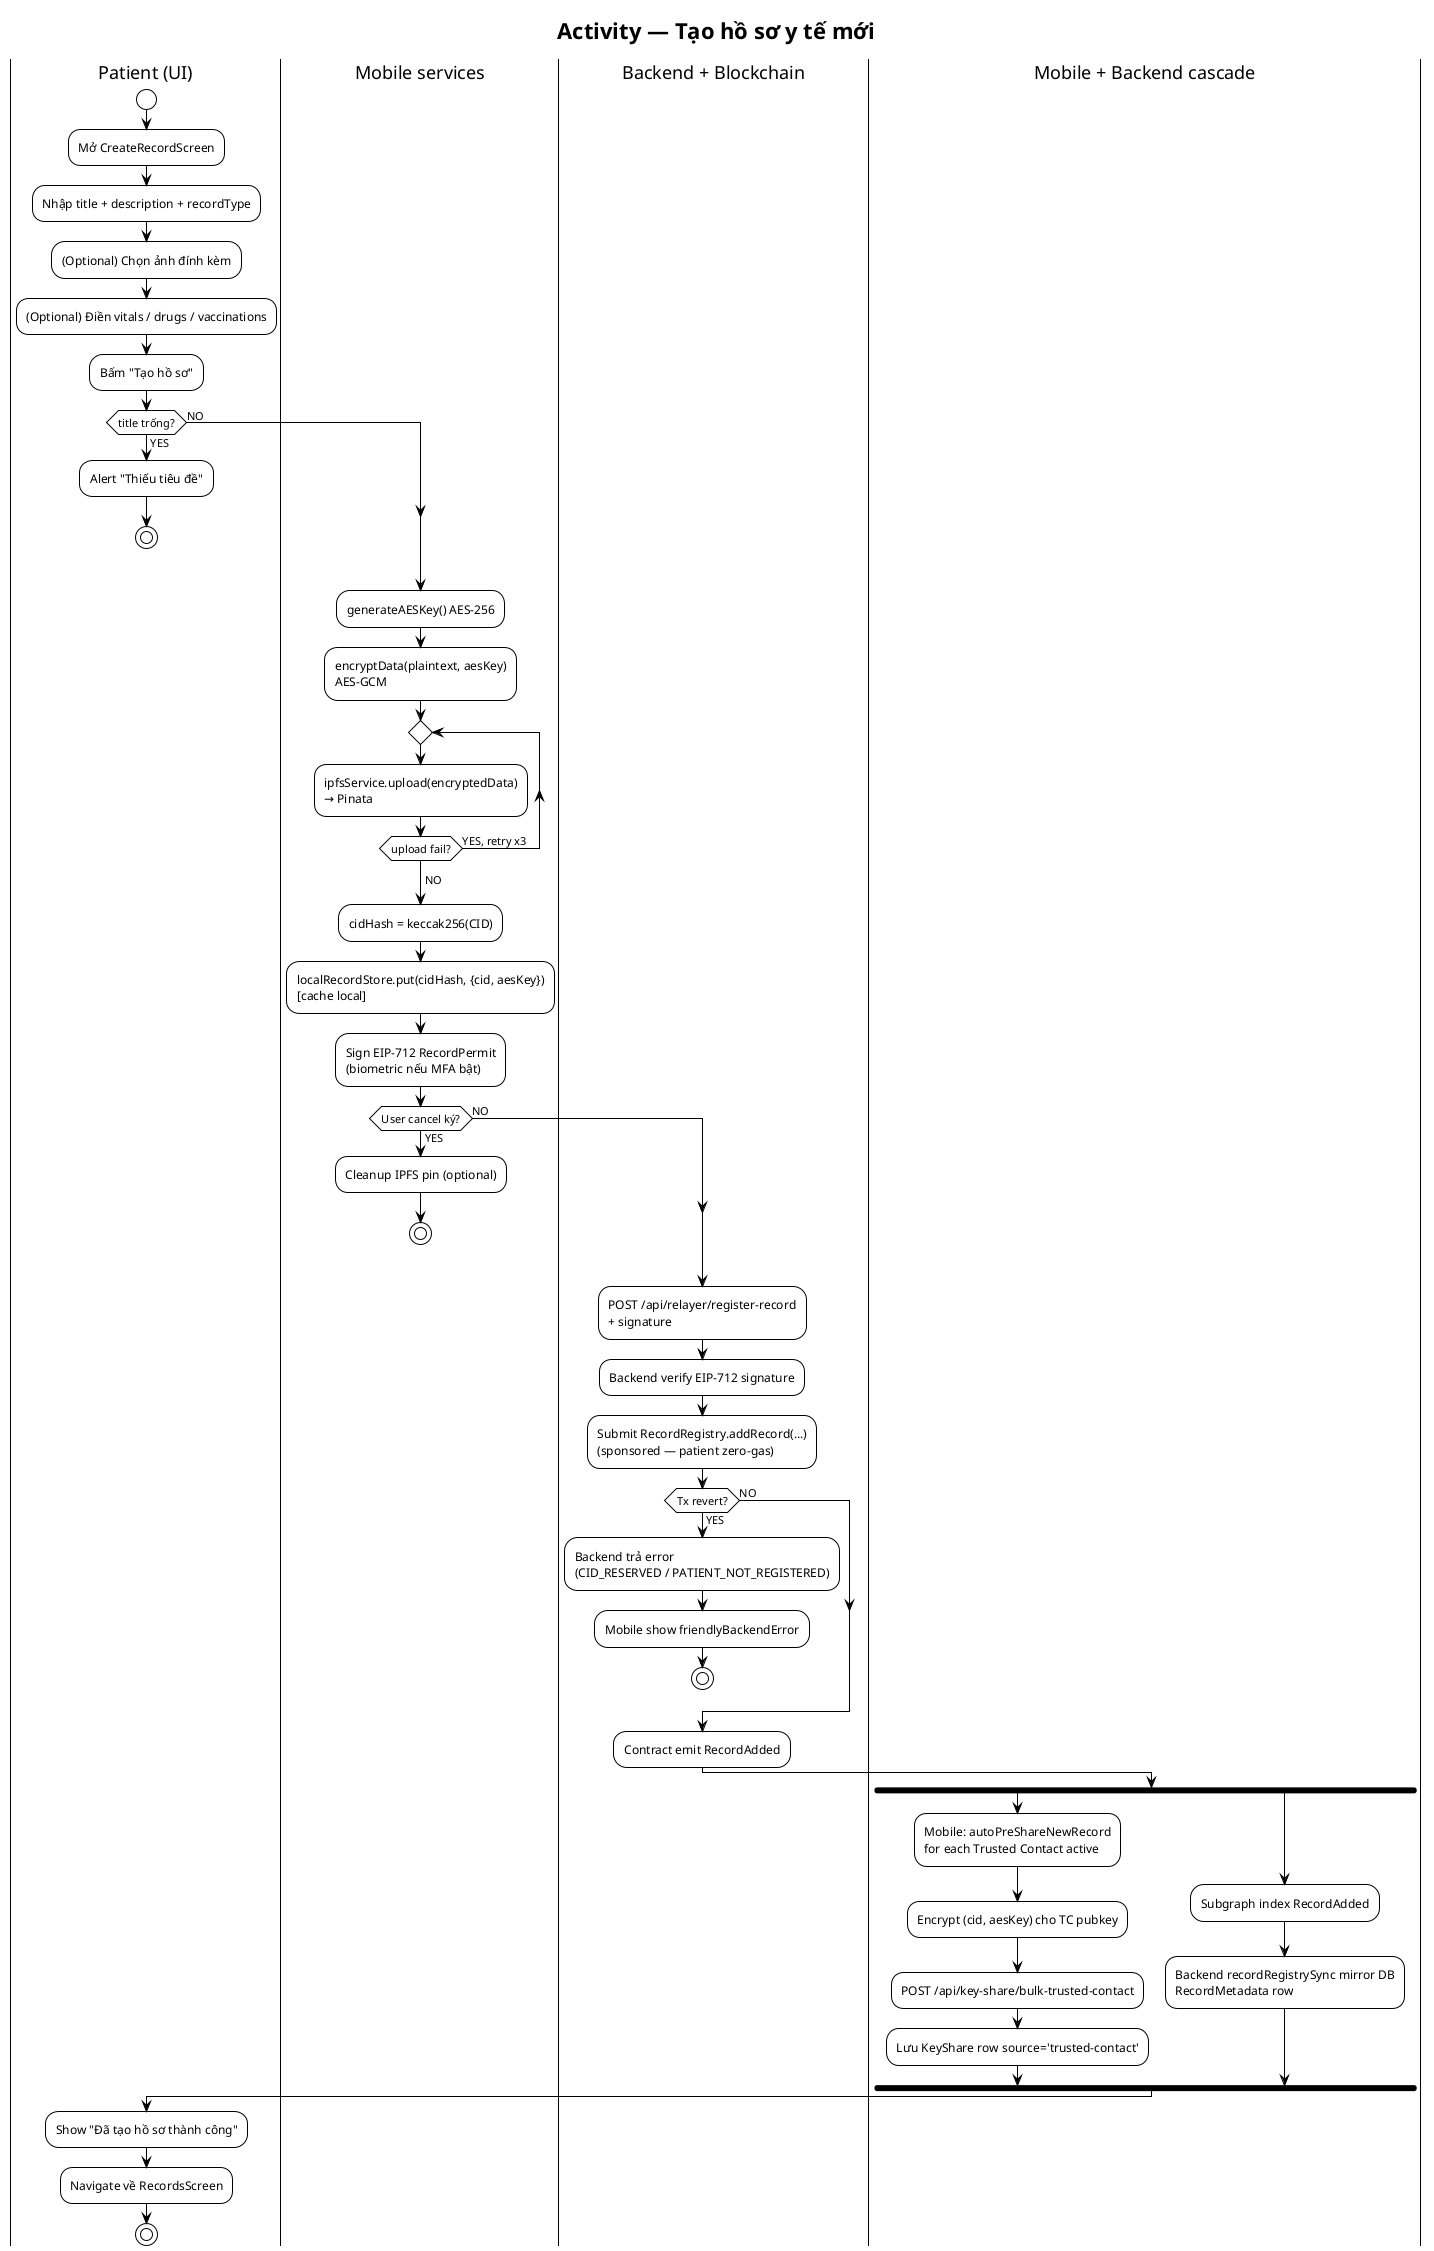
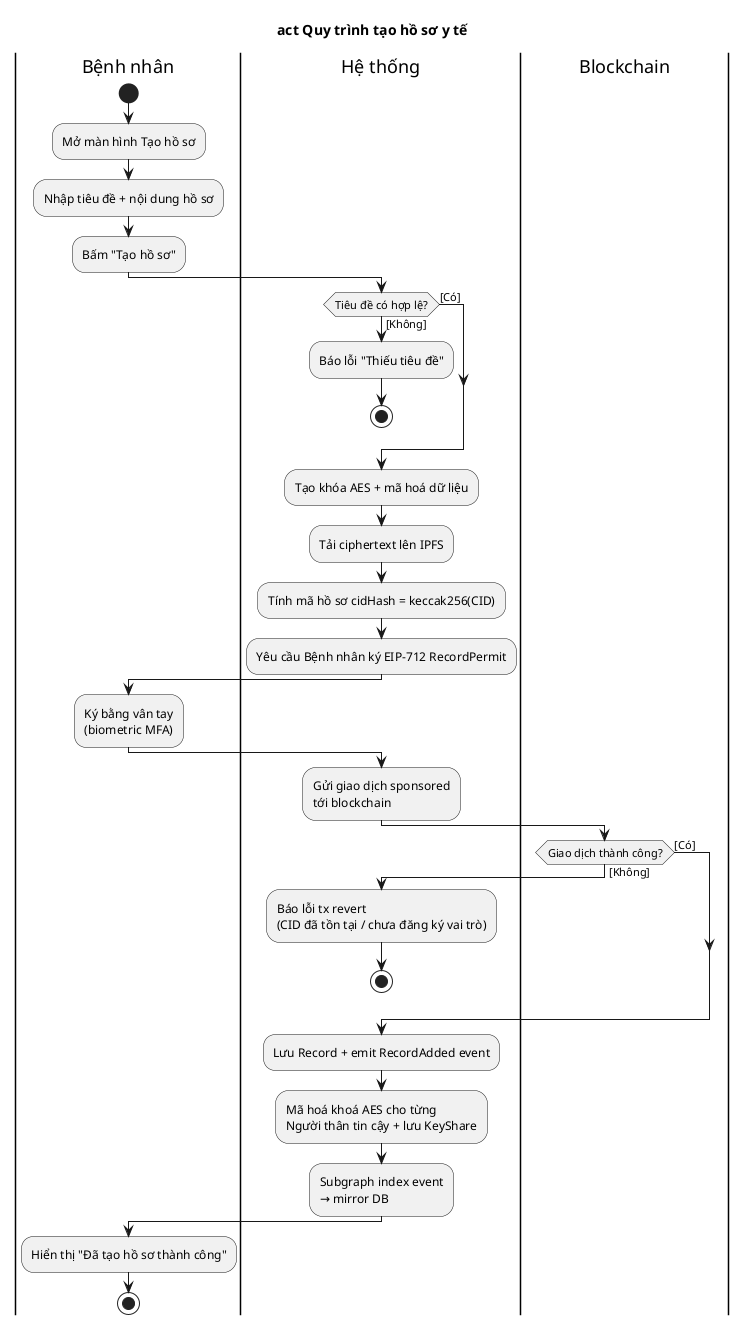
- @startuml activity-create-record
- !theme plain
- title Activity — Tạo hồ sơ y tế mới
+ @startuml act-tao-ho-so
+ title act Quy trình tạo hồ sơ y tế

- |Patient (UI)|
+ |Bệnh nhân|
start
- :Mở CreateRecordScreen;
- :Nhập title + description + recordType;
- :(Optional) Chọn ảnh đính kèm;
- :(Optional) Điền vitals / drugs / vaccinations;
+ :Mở màn hình Tạo hồ sơ;
+ :Nhập tiêu đề + nội dung hồ sơ;
:Bấm "Tạo hồ sơ";

- if (title trống?) then (YES)
-   :Alert "Thiếu tiêu đề";
+ |Hệ thống|
+ if (Tiêu đề có hợp lệ?) then ([Không])
+   :Báo lỗi "Thiếu tiêu đề";
  stop
- else (NO)
+ else ([Có])
endif

- |Mobile services|
- :generateAESKey() AES-256;
- :encryptData(plaintext, aesKey)\nAES-GCM;
+ :Tạo khóa AES + mã hoá dữ liệu;
+ :Tải ciphertext lên IPFS;
+ :Tính mã hồ sơ cidHash = keccak256(CID);
+ :Yêu cầu Bệnh nhân ký EIP-712 RecordPermit;

- repeat
-   :ipfsService.upload(encryptedData)\n→ Pinata;
- repeat while (upload fail?) is (YES, retry x3)
- ->NO;
+ |Bệnh nhân|
+ :Ký bằng vân tay\n(biometric MFA);

- :cidHash = keccak256(CID);
- :localRecordStore.put(cidHash, {cid, aesKey})\n[cache local];
+ |Hệ thống|
+ :Gửi giao dịch sponsored\ntới blockchain;

- :Sign EIP-712 RecordPermit\n(biometric nếu MFA bật);
- 
- if (User cancel ký?) then (YES)
-   :Cleanup IPFS pin (optional);
+ |Blockchain|
+ if (Giao dịch thành công?) then ([Không])
+   |Hệ thống|
+   :Báo lỗi tx revert\n(CID đã tồn tại / chưa đăng ký vai trò);
  stop
- else (NO)
+ else ([Có])
endif

- |Backend + Blockchain|
- :POST /api/relayer/register-record\n+ signature;
- :Backend verify EIP-712 signature;
- :Submit RecordRegistry.addRecord(...)\n(sponsored — patient zero-gas);
+ :Lưu Record + emit RecordAdded event;

- if (Tx revert?) then (YES)
-   :Backend trả error\n(CID_RESERVED / PATIENT_NOT_REGISTERED);
-   :Mobile show friendlyBackendError;
-   stop
- else (NO)
- endif
+ |Hệ thống|
+ :Mã hoá khoá AES cho từng\nNgười thân tin cậy + lưu KeyShare;
+ :Subgraph index event\n→ mirror DB;

- :Contract emit RecordAdded;
- 
- |Mobile + Backend cascade|
- fork
-   :Mobile: autoPreShareNewRecord\nfor each Trusted Contact active;
-   :Encrypt (cid, aesKey) cho TC pubkey;
-   :POST /api/key-share/bulk-trusted-contact;
-   :Lưu KeyShare row source='trusted-contact';
- fork again
-   :Subgraph index RecordAdded;
-   :Backend recordRegistrySync mirror DB\nRecordMetadata row;
- end fork
- 
- |Patient (UI)|
- :Show "Đã tạo hồ sơ thành công";
- :Navigate về RecordsScreen;
+ |Bệnh nhân|
+ :Hiển thị "Đã tạo hồ sơ thành công";
stop

@enduml
